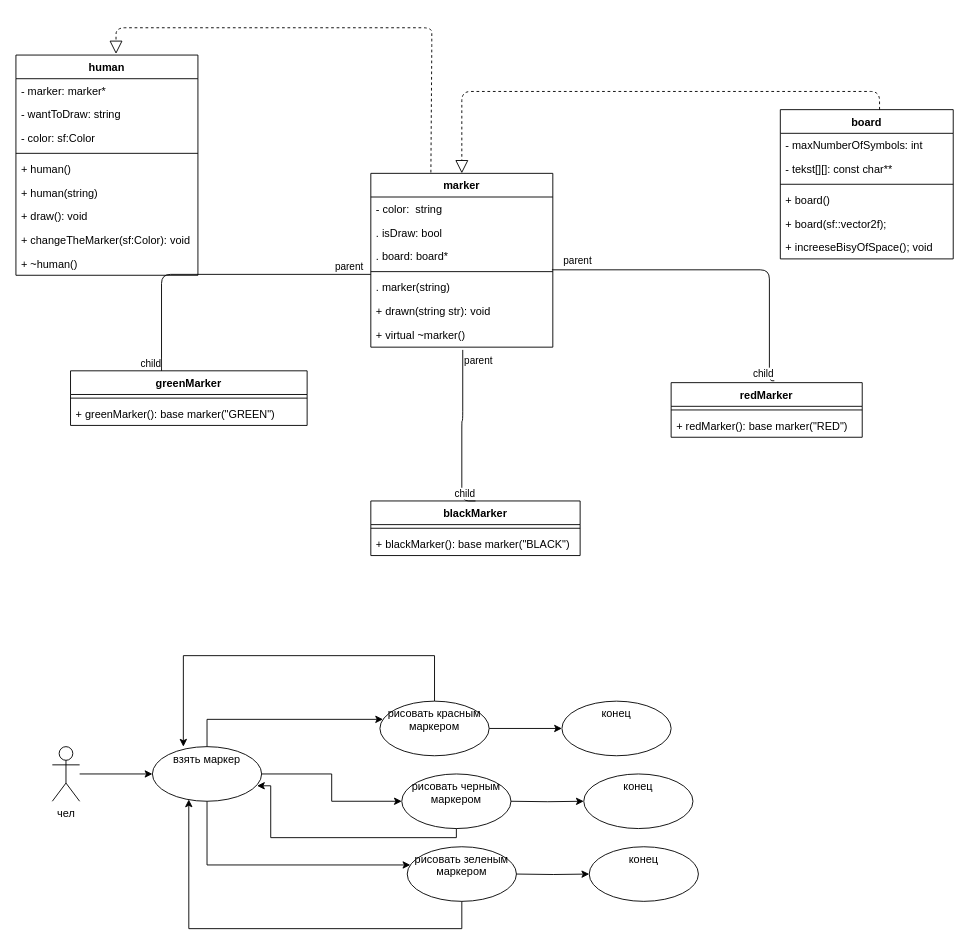
Earlier version of the draw.io diagram PENCILE.drawio (nfb1N/drawio). Source tidied: cells renumbered, new cells numbered last; positions are measured from the earlier drawing's top-left corner, leaving out a move shared by most shapes. Both pictures are drawn from the tidied source at 91%, with x=0, y=0 at pixel (15, 27).
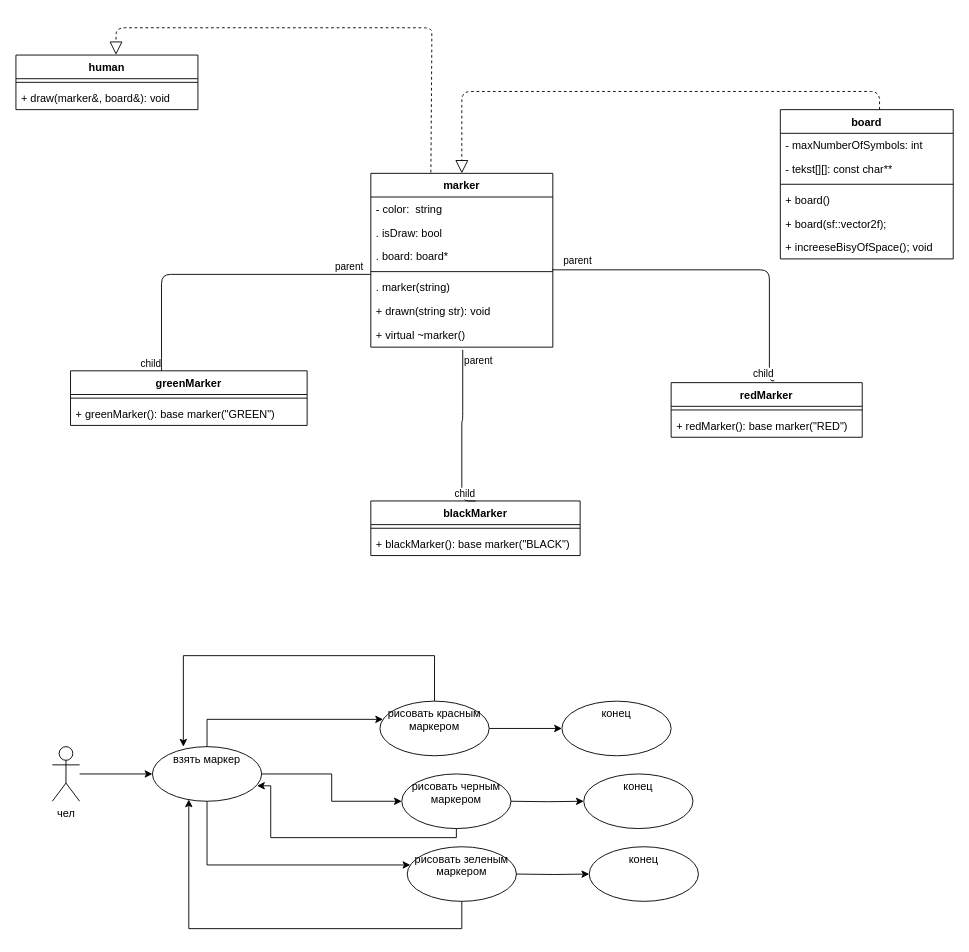
Above is the later version.

Change to the diagram source:
```diff
@@
     <mxCell id="36" value="human" style="swimlane;fontStyle=1;align=center;verticalAlign=top;horizontal=1;startSize=26;" parent="1" vertex="1">
-      <mxGeometry y="30" width="200" height="242" as="geometry" />
+      <mxGeometry y="30" width="200" height="60" as="geometry" />
     </mxCell>
-    <mxCell id="37" value="- marker: marker*" style="text;strokeColor=none;fillColor=none;align=left;verticalAlign=top;spacingLeft=4;spacingRight=4;overflow=hidden;" parent="36" vertex="1">
-      <mxGeometry y="26" width="200" height="26" as="geometry" />
-    </mxCell>
-    <mxCell id="38" value="- wantToDraw: string" style="text;strokeColor=none;fillColor=none;align=left;verticalAlign=top;spacingLeft=4;spacingRight=4;overflow=hidden;" parent="36" vertex="1">
-      <mxGeometry y="52" width="200" height="26" as="geometry" />
-    </mxCell>
-    <mxCell id="39" value="- color: sf:Color" style="text;strokeColor=none;fillColor=none;align=left;verticalAlign=top;spacingLeft=4;spacingRight=4;overflow=hidden;" parent="36" vertex="1">
-      <mxGeometry y="78" width="200" height="26" as="geometry" />
-    </mxCell>
     <mxCell id="40" style="line;strokeWidth=1;fillColor=none;align=left;verticalAlign=middle;spacingTop=-1;spacingLeft=3;spacingRight=3;labelPosition=right;" parent="36" vertex="1">
-      <mxGeometry y="104" width="200" height="8" as="geometry" />
+      <mxGeometry y="26" width="200" height="8" as="geometry" />
     </mxCell>
-    <mxCell id="41" value="+ human()" style="text;strokeColor=none;fillColor=none;align=left;verticalAlign=top;spacingLeft=4;spacingRight=4;overflow=hidden;" parent="36" vertex="1">
-      <mxGeometry y="112" width="200" height="26" as="geometry" />
-    </mxCell>
-    <mxCell id="42" value="+ human(string)" style="text;strokeColor=none;fillColor=none;align=left;verticalAlign=top;spacingLeft=4;spacingRight=4;overflow=hidden;" parent="36" vertex="1">
-      <mxGeometry y="138" width="200" height="26" as="geometry" />
-    </mxCell>
-    <mxCell id="43" value="+ draw(): void" style="text;strokeColor=none;fillColor=none;align=left;verticalAlign=top;spacingLeft=4;spacingRight=4;overflow=hidden;" parent="36" vertex="1">
-      <mxGeometry y="164" width="200" height="26" as="geometry" />
+    <mxCell id="43" value="+ draw(marker&amp;, board&amp;): void" style="text;strokeColor=none;fillColor=none;align=left;verticalAlign=top;spacingLeft=4;spacingRight=4;overflow=hidden;" parent="36" vertex="1">
+      <mxGeometry y="34" width="200" height="26" as="geometry" />
     </mxCell>
-    <mxCell id="44" value="+ changeTheMarker(sf:Color): void" style="text;strokeColor=none;fillColor=none;align=left;verticalAlign=top;spacingLeft=4;spacingRight=4;overflow=hidden;" parent="36" vertex="1">
-      <mxGeometry y="190" width="200" height="26" as="geometry" />
-    </mxCell>
-    <mxCell id="45" value="+ ~human()" style="text;strokeColor=none;fillColor=none;align=left;verticalAlign=top;spacingLeft=4;spacingRight=4;overflow=hidden;" parent="36" vertex="1">
-      <mxGeometry y="216" width="200" height="26" as="geometry" />
-    </mxCell>
```
